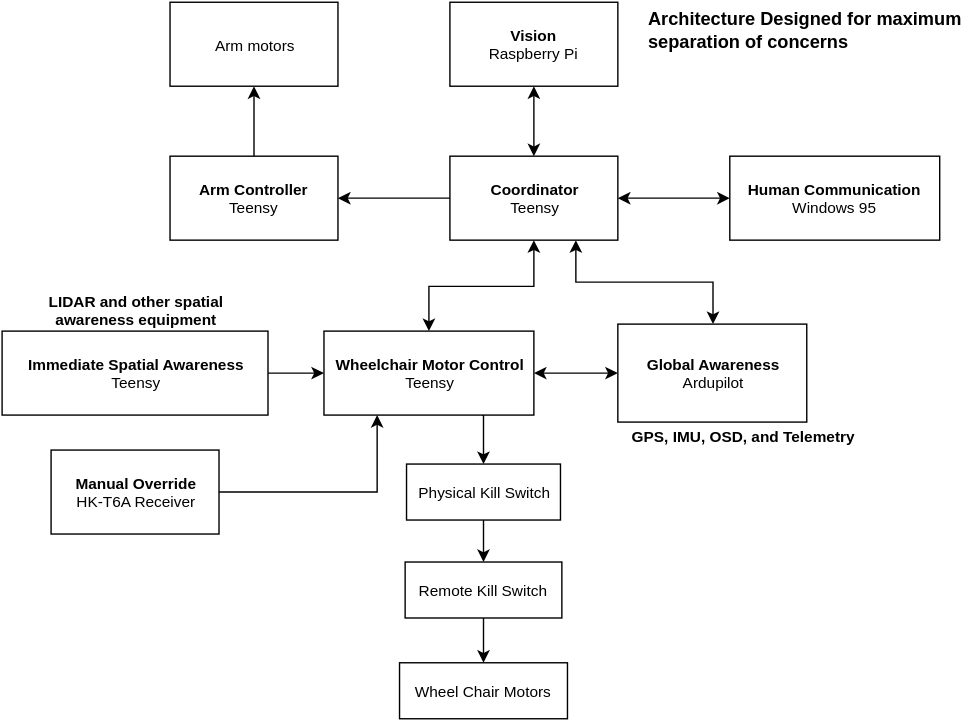
Earlier version of the draw.io export FunBot Architecture.svg (jmzjmzjmz/Fundroid). Source tidied: cells renumbered, new cells last; positions are measured from the earlier drawing's top-left corner, leaving out a move shared by most shapes.
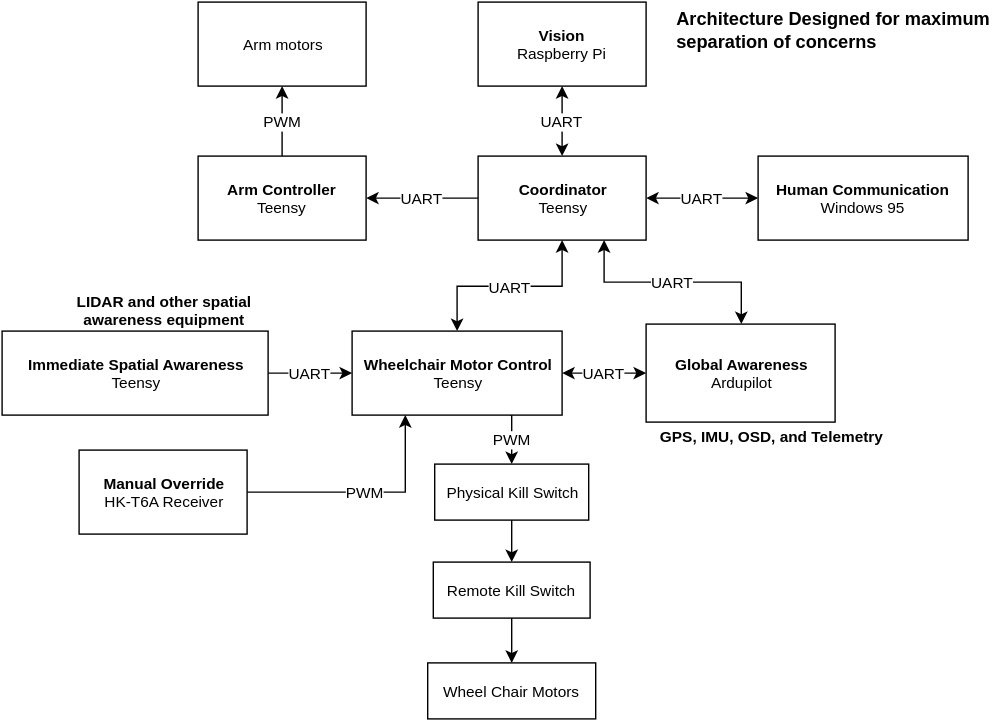
After the commit.

What changed in the source:
```diff
@@ -2,31 +2,31 @@
   <root>
     <mxCell id="0" />
     <mxCell id="1" parent="0" />
-    <mxCell id="2" style="edgeStyle=orthogonalEdgeStyle;rounded=0;html=1;exitX=0.5;exitY=0;entryX=0.5;entryY=1;startArrow=none;startFill=0;endArrow=classic;endFill=1;jettySize=auto;fontSize=11;" parent="1" edge="1" source="3" target="20">
+    <mxCell id="2" value="PWM" style="edgeStyle=orthogonalEdgeStyle;rounded=0;html=1;exitX=0.5;exitY=0;entryX=0.5;entryY=1;startArrow=none;startFill=0;endArrow=classic;endFill=1;jettySize=auto;fontSize=11;" parent="1" edge="1" source="3" target="20">
       <mxGeometry relative="1" as="geometry" />
     </mxCell>
     <mxCell id="3" value="&lt;b&gt;Arm Controller&lt;/b&gt;&lt;div&gt;Teensy&lt;/div&gt;" style="whiteSpace=wrap;html=1;strokeWidth=1;fontSize=11;align=center;" parent="1" vertex="1">
       <mxGeometry x="120" y="110" width="120" height="60" as="geometry" />
     </mxCell>
-    <mxCell id="4" style="edgeStyle=orthogonalEdgeStyle;rounded=0;html=1;exitX=0.75;exitY=1;entryX=0.5;entryY=0;startArrow=none;startFill=0;endArrow=classic;endFill=1;jettySize=auto;fontSize=11;" parent="1" edge="1" source="5" target="22">
+    <mxCell id="4" value="PWM" style="edgeStyle=orthogonalEdgeStyle;rounded=0;html=1;exitX=0.75;exitY=1;entryX=0.5;entryY=0;startArrow=none;startFill=0;endArrow=classic;endFill=1;jettySize=auto;fontSize=11;" parent="1" edge="1" source="5" target="22">
       <mxGeometry relative="1" as="geometry" />
     </mxCell>
     <mxCell id="5" value="&lt;b&gt;Wheelchair Motor Control&lt;/b&gt;&lt;div&gt;Teensy&lt;/div&gt;" style="whiteSpace=wrap;html=1;strokeWidth=1;fontSize=11;align=center;" parent="1" vertex="1">
       <mxGeometry x="230" y="235" width="150" height="60" as="geometry" />
     </mxCell>
-    <mxCell id="6" style="edgeStyle=orthogonalEdgeStyle;rounded=0;html=1;exitX=1;exitY=0.5;entryX=0;entryY=0.5;startArrow=classic;startFill=1;jettySize=auto;fontSize=11;" parent="1" edge="1" source="11" target="13">
+    <mxCell id="6" value="UART" style="edgeStyle=orthogonalEdgeStyle;rounded=0;html=1;exitX=1;exitY=0.5;entryX=0;entryY=0.5;startArrow=classic;startFill=1;jettySize=auto;fontSize=11;" parent="1" edge="1" source="11" target="13">
       <mxGeometry relative="1" as="geometry" />
     </mxCell>
-    <mxCell id="7" style="edgeStyle=orthogonalEdgeStyle;rounded=0;html=1;exitX=0.5;exitY=0;entryX=0.5;entryY=1;startArrow=classic;startFill=1;jettySize=auto;fontSize=11;" parent="1" edge="1" source="11" target="12">
+    <mxCell id="7" value="UART" style="edgeStyle=orthogonalEdgeStyle;rounded=0;html=1;exitX=0.5;exitY=0;entryX=0.5;entryY=1;startArrow=classic;startFill=1;jettySize=auto;fontSize=11;" parent="1" edge="1" source="11" target="12">
       <mxGeometry relative="1" as="geometry" />
     </mxCell>
-    <mxCell id="8" style="edgeStyle=orthogonalEdgeStyle;rounded=0;html=1;exitX=0;exitY=0.5;entryX=1;entryY=0.5;startArrow=none;startFill=0;jettySize=auto;fontSize=11;endArrow=classic;endFill=1;" parent="1" edge="1" source="11" target="3">
+    <mxCell id="8" value="UART" style="edgeStyle=orthogonalEdgeStyle;rounded=0;html=1;exitX=0;exitY=0.5;entryX=1;entryY=0.5;startArrow=none;startFill=0;jettySize=auto;fontSize=11;endArrow=classic;endFill=1;" parent="1" edge="1" source="11" target="3">
       <mxGeometry relative="1" as="geometry" />
     </mxCell>
-    <mxCell id="9" style="edgeStyle=orthogonalEdgeStyle;rounded=0;html=1;exitX=0.5;exitY=1;entryX=0.5;entryY=0;startArrow=classic;startFill=1;endArrow=classic;endFill=1;jettySize=auto;fontSize=11;" parent="1" edge="1" source="11" target="5">
+    <mxCell id="9" value="UART" style="edgeStyle=orthogonalEdgeStyle;rounded=0;html=1;exitX=0.5;exitY=1;entryX=0.5;entryY=0;startArrow=classic;startFill=1;endArrow=classic;endFill=1;jettySize=auto;fontSize=11;" parent="1" edge="1" source="11" target="5">
       <mxGeometry relative="1" as="geometry" />
     </mxCell>
-    <mxCell id="10" style="edgeStyle=orthogonalEdgeStyle;rounded=0;html=1;exitX=0.75;exitY=1;entryX=0.5;entryY=0;startArrow=classic;startFill=1;endArrow=classic;endFill=1;jettySize=auto;fontSize=11;" parent="1" edge="1" source="11" target="15">
+    <mxCell id="10" value="UART" style="edgeStyle=orthogonalEdgeStyle;rounded=0;html=1;exitX=0.75;exitY=1;entryX=0.5;entryY=0;startArrow=classic;startFill=1;endArrow=classic;endFill=1;jettySize=auto;fontSize=11;" parent="1" edge="1" source="11" target="15">
       <mxGeometry relative="1" as="geometry" />
     </mxCell>
     <mxCell id="11" value="&lt;b&gt;Coordinator&lt;/b&gt;&lt;div&gt;Teensy&lt;/div&gt;" style="whiteSpace=wrap;html=1;strokeWidth=1;fontSize=11;align=center;" parent="1" vertex="1">
@@ -38,19 +38,19 @@
     <mxCell id="13" value="&lt;b&gt;Human Communication&lt;/b&gt;&lt;div&gt;Windows 95&lt;/div&gt;" style="whiteSpace=wrap;html=1;strokeWidth=1;fontSize=11;align=center;" parent="1" vertex="1">
       <mxGeometry x="520" y="110" width="150" height="60" as="geometry" />
     </mxCell>
-    <mxCell id="14" style="edgeStyle=orthogonalEdgeStyle;rounded=0;html=1;exitX=0;exitY=0.5;entryX=1;entryY=0.5;startArrow=classic;startFill=1;endArrow=classic;endFill=1;jettySize=auto;fontSize=11;" parent="1" edge="1" source="15" target="5">
+    <mxCell id="14" value="UART" style="edgeStyle=orthogonalEdgeStyle;rounded=0;html=1;exitX=0;exitY=0.5;entryX=1;entryY=0.5;startArrow=classic;startFill=1;endArrow=classic;endFill=1;jettySize=auto;fontSize=11;" parent="1" edge="1" source="15" target="5">
       <mxGeometry relative="1" as="geometry" />
     </mxCell>
     <mxCell id="15" value="&lt;div&gt;&lt;b&gt;Global Awareness&lt;/b&gt;&lt;/div&gt;Ardupilot" style="whiteSpace=wrap;html=1;strokeWidth=1;fontSize=11;align=center;" parent="1" vertex="1">
       <mxGeometry x="440" y="230" width="135" height="70" as="geometry" />
     </mxCell>
-    <mxCell id="16" style="edgeStyle=orthogonalEdgeStyle;rounded=0;html=1;exitX=1;exitY=0.5;entryX=0;entryY=0.5;startArrow=none;startFill=0;endArrow=classic;endFill=1;jettySize=auto;fontSize=11;" parent="1" edge="1" source="17" target="5">
+    <mxCell id="16" value="UART" style="edgeStyle=orthogonalEdgeStyle;rounded=0;html=1;exitX=1;exitY=0.5;entryX=0;entryY=0.5;startArrow=none;startFill=0;endArrow=classic;endFill=1;jettySize=auto;fontSize=11;" parent="1" edge="1" source="17" target="5">
       <mxGeometry relative="1" as="geometry" />
     </mxCell>
     <mxCell id="17" value="&lt;b&gt;Immediate Spatial Awareness&lt;/b&gt;&lt;div&gt;Teensy&lt;/div&gt;" style="whiteSpace=wrap;html=1;strokeWidth=1;fontSize=11;align=center;" parent="1" vertex="1">
-      <mxGeometry y="235" width="190" height="60" as="geometry" />
+      <mxGeometry x="-20" y="235" width="190" height="60" as="geometry" />
     </mxCell>
-    <mxCell id="18" style="edgeStyle=orthogonalEdgeStyle;rounded=0;html=1;exitX=1;exitY=0.5;entryX=0.25;entryY=1;startArrow=none;startFill=0;endArrow=classic;endFill=1;jettySize=auto;fontSize=11;" parent="1" edge="1" source="19" target="5">
+    <mxCell id="18" value="PWM" style="edgeStyle=orthogonalEdgeStyle;rounded=0;html=1;exitX=1;exitY=0.5;entryX=0.25;entryY=1;startArrow=none;startFill=0;endArrow=classic;endFill=1;jettySize=auto;fontSize=11;" parent="1" edge="1" source="19" target="5">
       <mxGeometry relative="1" as="geometry" />
     </mxCell>
     <mxCell id="19" value="&lt;b&gt;Manual Override&lt;/b&gt;&lt;div&gt;HK-T6A Receiver&lt;/div&gt;" style="whiteSpace=wrap;html=1;strokeWidth=1;fontSize=11;align=center;" parent="1" vertex="1">
```
